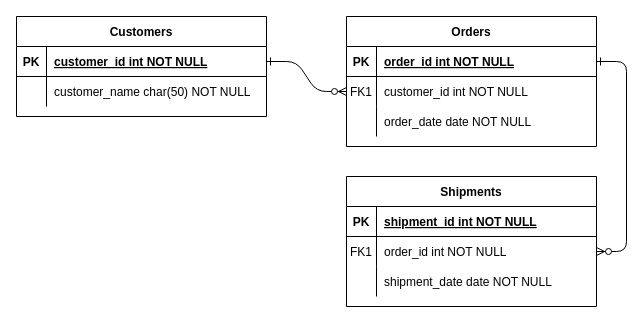
Before: Untitled Diagram.drawio in markorf1/Task, a draw.io diagram. Source tidied: cells renumbered, new cells numbered last; positions are measured from the earlier drawing's top-left corner, leaving out a move shared by most shapes. Both pictures are drawn from the tidied source at 100%, with x=0, y=0 at pixel (16, 16).
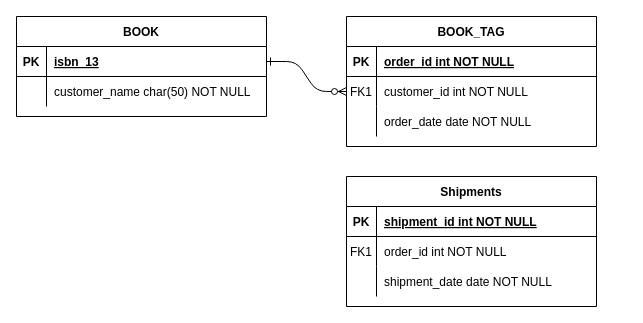
The same page after the edit.

The change refers to these unchanged cells:
```xml
<mxCell id="5" style="shape=partialRectangle;fillColor=none;points=[[0,0.5],[1,0.5]];portConstraint=eastwest;top=0;left=0;right=0;bottom=1;" parent="4" vertex="1">
  <mxGeometry y="30" width="250" height="30" as="geometry" />
</mxCell>
<mxCell id="18" style="shape=partialRectangle;fillColor=none;points=[[0,0.5],[1,0.5]];portConstraint=eastwest;top=0;left=0;right=0;bottom=0;" parent="14" vertex="1">
  <mxGeometry y="60" width="250" height="30" as="geometry" />
</mxCell>
<mxCell id="25" style="shape=partialRectangle;fillColor=none;points=[[0,0.5],[1,0.5]];portConstraint=eastwest;top=0;left=0;right=0;bottom=1;" parent="24" vertex="1">
  <mxGeometry y="30" width="250" height="30" as="geometry" />
</mxCell>
```

The edit, as a diff of the source:
```diff
@@
-    <mxCell id="3" style="edgeStyle=entityRelationEdgeStyle;endArrow=ERzeroToMany;startArrow=ERone;endFill=1;startFill=0;" parent="1" edge="1" source="5" target="18">
-      <mxGeometry relative="1" as="geometry" />
-    </mxCell>
-    <mxCell id="4" value="Orders" style="shape=table;startSize=30;childLayout=tableLayout;rowLines=0;fontStyle=1;align=center;" parent="1" vertex="1">
+    <mxCell id="4" value="BOOK_TAG" style="shape=table;startSize=30;childLayout=tableLayout;rowLines=0;fontStyle=1;align=center;" parent="1" vertex="1">
       <mxGeometry x="330" width="250" height="130" as="geometry" />
     </mxCell>
@@
-    <mxCell id="24" value="Customers" style="shape=table;startSize=30;childLayout=tableLayout;rowLines=0;fontStyle=1;align=center;" parent="1" vertex="1">
+    <mxCell id="24" value="BOOK" style="shape=table;startSize=30;childLayout=tableLayout;rowLines=0;fontStyle=1;align=center;" parent="1" vertex="1">
       <mxGeometry width="250" height="100" as="geometry" />
     </mxCell>
@@
-    <mxCell id="27" value="customer_id int NOT NULL " style="shape=partialRectangle;overflow=hidden;fillColor=none;top=0;left=0;bottom=0;right=0;align=left;spacingLeft=6;fontStyle=5;" parent="25" vertex="1">
+    <mxCell id="27" value="isbn_13" style="shape=partialRectangle;overflow=hidden;fillColor=none;top=0;left=0;bottom=0;right=0;align=left;spacingLeft=6;fontStyle=5;" parent="25" vertex="1">
       <mxGeometry x="30" width="220" height="30" as="geometry" />
     </mxCell>
```
